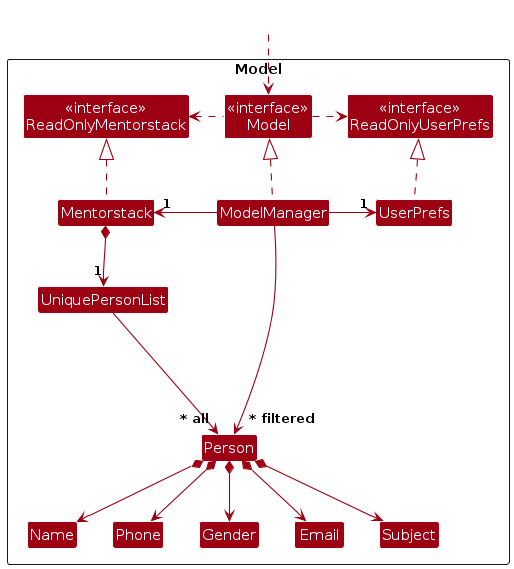
Above: diagrams/ModelClassDiagram.png in AY2425S2-CS2103-W11-1/tp (PlantUML), before the change. Its source is kept beside it as diagrams/ModelClassDiagram.puml.
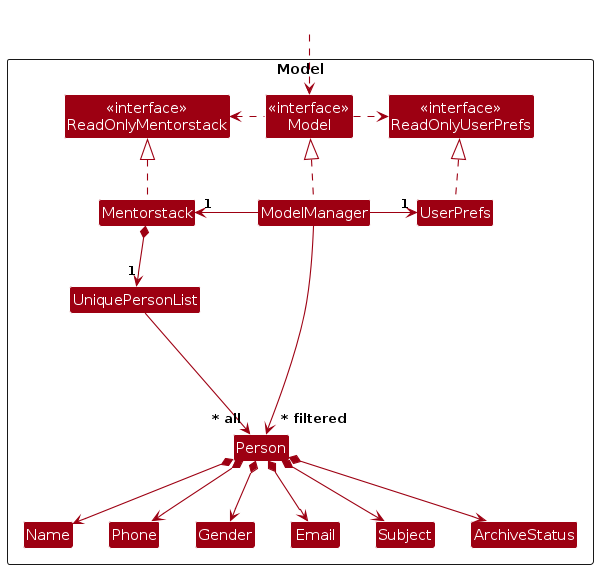
The same file after the commit.

What changed in the source:
```diff
@@ -15,10 +15,11 @@
 Class UniquePersonList
 Class Person
 Class Email
-class Gender
+Class Gender
 Class Name
 Class Phone
 Class Subject
+Class ArchiveStatus
 
 Class I #FFFFFF
 }
@@ -42,6 +43,7 @@
 Person *--> Email
 Person *--> Gender
 Person *--> Subject
+Person *--> ArchiveStatus
 
 Person -[hidden]up--> I
 UniquePersonList -[hidden]right-> I
@@ -49,7 +51,8 @@
 Name -[hidden]right-> Phone
 Phone -[hidden]right-> Gender
 Gender -[hidden]right-> Email
-Email -[hidden]right->Subject
+Email -[hidden]right-> Subject
+Subject -[hidden]right-> ArchiveStatus
 
 ModelManager --> "~* filtered" Person
 @enduml
```
